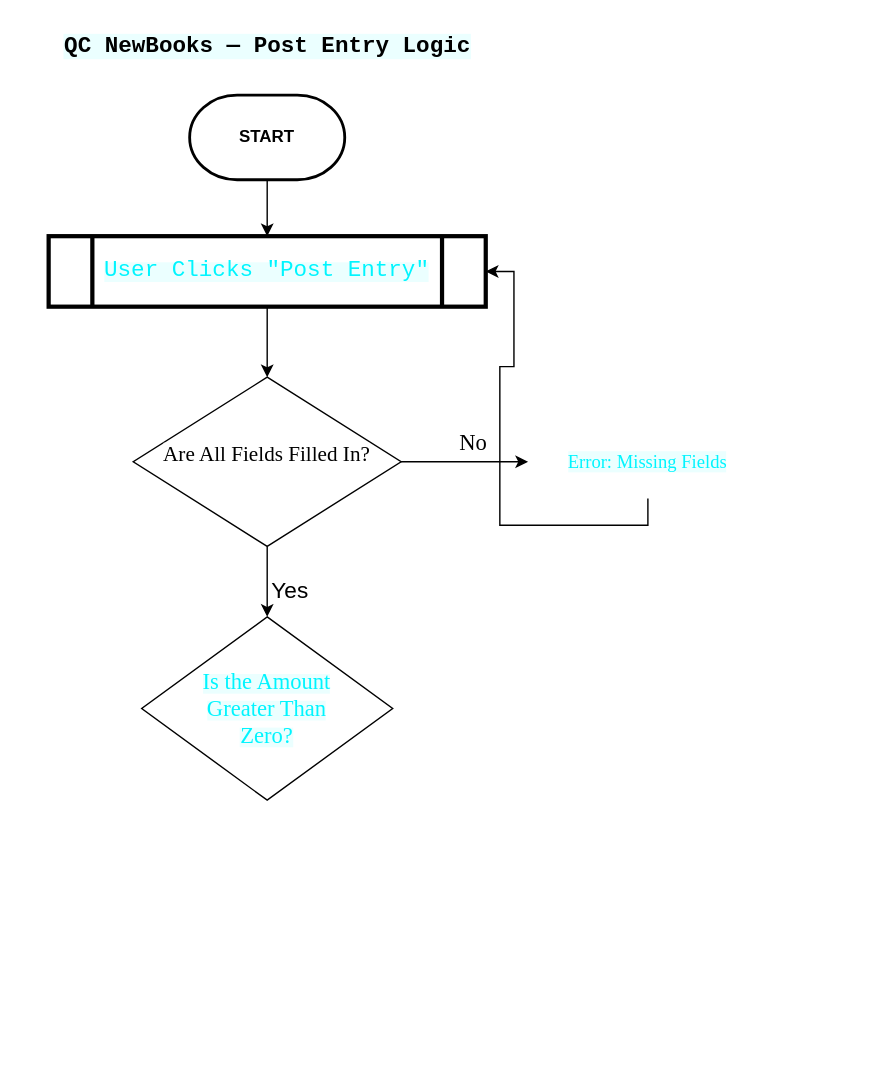
This is QC_NewBooks_Diagrams.drawio from Alishah-Khurshid/diagram-qc-new-books, a draw.io file, before an edit. Source tidied: cells renumbered, new cells numbered last; positions are measured from the earlier drawing's top-left corner, leaving out a move shared by most shapes. Both pictures are drawn from the tidied source at 141%, with x=0, y=0 at pixel (24, 24).
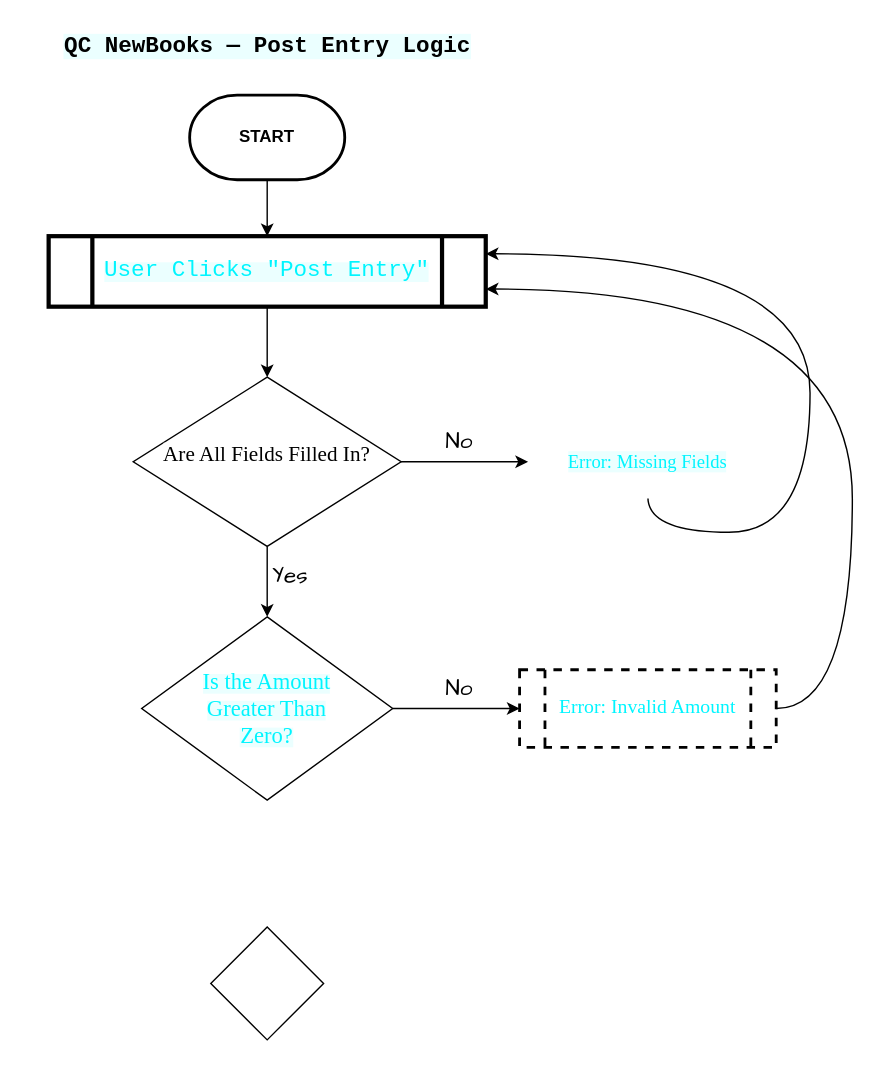
Above is the later version.

Unchanged cells that the change refers to:
```xml
<mxCell id="6" value="&lt;span style=&quot;color: rgb(0, 245, 255); font-family: &amp;quot;Share Tech Mono&amp;quot;, monospace; text-align: start; background-color: light-dark(rgba(0, 245, 255, 0.08), rgb(255, 230, 204));&quot;&gt;&lt;font style=&quot;font-size: 16px;&quot;&gt;User Clicks &quot;Post Entry&quot;&lt;/font&gt;&lt;/span&gt;" style="shape=process;whiteSpace=wrap;html=1;backgroundOutline=1;fontColor=light-dark(#000000,#99FFFF);strokeColor=light-dark(#000000,#666666);fillColor=light-dark(#FFFFFF,#99FFFF);strokeWidth=3;" parent="1" vertex="1">
  <mxGeometry x="17" y="150" width="310" height="50" as="geometry" />
</mxCell>
<mxCell id="7" style="edgeStyle=orthogonalEdgeStyle;rounded=0;jettySize=auto;html=1;exitX=1;exitY=0.5;exitDx=0;exitDy=0;entryX=0;entryY=0.5;entryDx=0;entryDy=0;" parent="1" edge="1" source="11" target="13">
  <mxGeometry relative="1" as="geometry" />
</mxCell>
<mxCell id="9" style="edgeStyle=orthogonalEdgeStyle;rounded=0;jettySize=auto;html=1;exitX=0.5;exitY=1;exitDx=0;exitDy=0;entryX=0.5;entryY=0;entryDx=0;entryDy=0;" parent="1" edge="1" source="11" target="15">
  <mxGeometry relative="1" as="geometry" />
</mxCell>
<mxCell id="13" value="&lt;p&gt;&lt;span style=&quot;color: rgb(0, 245, 255); font-size: 13.192px; text-align: start; background-color: rgba(0, 245, 255, 0.08);&quot;&gt;&lt;font face=&quot;Times New Roman&quot;&gt;Error: Missing Fields&lt;/font&gt;&lt;/span&gt;&lt;/p&gt;" style="shape=process;whiteSpace=wrap;html=1;backgroundOutline=1;fillColor=light-dark(#FFFFFF,#FFFF99);strokeColor=light-dark(#FFFFFF,#FF99CC);dashed=1;strokeWidth=2;perimeterSpacing=0;" parent="1" vertex="1">
  <mxGeometry x="357" y="285" width="170" height="50" as="geometry" />
</mxCell>
<mxCell id="15" value="&lt;blockquote&gt;&lt;span style=&quot;color: rgb(0, 245, 255); text-align: start; background-color: light-dark(rgba(0, 245, 255, 0.08), rgb(153, 153, 255));&quot;&gt;&lt;font face=&quot;Times New Roman&quot; style=&quot;font-size: 16px;&quot;&gt;Is the Amount Greater Than Zero?&lt;/font&gt;&lt;/span&gt;&lt;/blockquote&gt;" style="rhombus;whiteSpace=wrap;html=1;fillColor=light-dark(#FFFFFF,#99FFCC);strokeColor=light-dark(#000000,#D5E8D4);" parent="1" vertex="1">
  <mxGeometry x="83" y="420" width="178" height="130" as="geometry" />
</mxCell>
```

The edit, as a diff of the source:
```diff
@@
-    <mxCell id="8" value="&lt;font style=&quot;color: light-dark(rgb(0, 0, 0), rgb(255, 255, 255)); background-color: light-dark(rgb(255, 255, 255), rgb(255, 153, 204));&quot;&gt;No&lt;/font&gt;" style="edgeLabel;html=1;align=center;verticalAlign=middle;fontSize=16;fontFamily=Times New Roman;" parent="7" vertex="1">
+    <mxCell id="8" value="&lt;font style=&quot;color: light-dark(rgb(0, 0, 0), rgb(255, 255, 255)); background-color: light-dark(rgb(255, 255, 255), rgb(255, 153, 204));&quot;&gt;No&lt;/font&gt;" style="edgeLabel;html=1;align=center;verticalAlign=middle;fontSize=16;fontFamily=Comic Sans MS;" parent="7" vertex="1">
       <mxGeometry x="0.36" y="-1" relative="1" as="geometry">
-        <mxPoint x="-11" y="-16" as="offset" />
+        <mxPoint x="-21" y="-16" as="offset" />
       </mxGeometry>
     </mxCell>
@@
-    <mxCell id="10" value="&lt;font style=&quot;color: light-dark(rgb(0, 0, 0), rgb(255, 255, 255)); background-color: light-dark(rgb(255, 255, 255), rgb(255, 153, 204)); font-size: 16px;&quot;&gt;Yes&lt;/font&gt;" style="edgeLabel;html=1;align=center;verticalAlign=middle;" parent="9" vertex="1">
+    <mxCell id="10" value="&lt;font style=&quot;color: light-dark(rgb(0, 0, 0), rgb(255, 255, 255)); background-color: light-dark(rgb(255, 255, 255), rgb(255, 153, 204)); font-size: 16px;&quot;&gt;Yes&lt;/font&gt;" style="edgeLabel;html=1;align=center;verticalAlign=middle;fontFamily=Comic Sans MS;" parent="9" vertex="1">
       <mxGeometry x="0.08" y="1" relative="1" as="geometry">
-        <mxPoint x="14" y="3" as="offset" />
+        <mxPoint x="14" y="-7" as="offset" />
       </mxGeometry>
     </mxCell>
@@
-    <mxCell id="12" style="edgeStyle=orthogonalEdgeStyle;rounded=0;jettySize=auto;html=1;exitX=0.5;exitY=1;exitDx=0;exitDy=0;entryX=1;entryY=0.5;entryDx=0;entryDy=0;" parent="1" edge="1" source="13" target="6">
-      <mxGeometry relative="1" as="geometry" />
+    <mxCell id="12" style="edgeStyle=orthogonalEdgeStyle;rounded=0;jettySize=auto;html=1;exitX=0.5;exitY=1;exitDx=0;exitDy=0;entryX=1;entryY=0.25;entryDx=0;entryDy=0;curved=1;" parent="1" edge="1" source="13" target="6">
+      <mxGeometry relative="1" as="geometry">
+        <Array as="points">
+          <mxPoint x="442" y="360" />
+          <mxPoint x="557" y="360" />
+          <mxPoint x="557" y="163" />
+        </Array>
+      </mxGeometry>
     </mxCell>
@@
+    <mxCell id="16" style="edgeStyle=orthogonalEdgeStyle;rounded=0;jettySize=auto;html=1;exitX=1;exitY=0.5;exitDx=0;exitDy=0;entryX=0;entryY=0.5;entryDx=0;entryDy=0;" parent="1" edge="1" source="15" target="19">
+      <mxGeometry relative="1" as="geometry" />
+    </mxCell>
+    <mxCell id="17" value="&lt;font face=&quot;Comic Sans MS&quot; style=&quot;color: light-dark(rgb(0, 0, 0), rgb(153, 153, 255)); background-color: light-dark(rgb(255, 255, 255), rgb(153, 255, 255));&quot;&gt;No&lt;/font&gt;" style="edgeLabel;html=1;align=center;verticalAlign=middle;fontSize=16;" parent="16" vertex="1">
+      <mxGeometry x="0.16" y="1" relative="1" as="geometry">
+        <mxPoint x="-6" y="-14" as="offset" />
+      </mxGeometry>
+    </mxCell>
@@
+    <mxCell id="18" style="edgeStyle=orthogonalEdgeStyle;rounded=0;jettySize=auto;html=1;entryX=1;entryY=0.75;entryDx=0;entryDy=0;curved=1;" parent="1" edge="1" source="19" target="6">
+      <mxGeometry relative="1" as="geometry">
+        <Array as="points">
+          <mxPoint x="587" y="485" />
+          <mxPoint x="587" y="188" />
+        </Array>
+      </mxGeometry>
+    </mxCell>
+    <mxCell id="19" value="&lt;span style=&quot;text-align: start; background-color: light-dark(rgb(255, 255, 255), rgb(255, 204, 255));&quot;&gt;&lt;font face=&quot;Times New Roman&quot; style=&quot;font-size: 14px; color: light-dark(rgb(0, 245, 255), rgb(255, 0, 255));&quot;&gt;Error: Invalid Amount&lt;/font&gt;&lt;/span&gt;" style="shape=process;whiteSpace=wrap;html=1;backgroundOutline=1;fillColor=light-dark(#FFFFFF,#99FF99);dashed=1;strokeWidth=2;strokeColor=light-dark(#000000,#9933FF);" parent="1" vertex="1">
+      <mxGeometry x="351" y="457.5" width="182" height="55" as="geometry" />
+    </mxCell>
+    <mxCell id="20" style="rhombus;whiteSpace=wrap;html=1;" parent="1" vertex="1">
+      <mxGeometry x="132" y="640" width="80" height="80" as="geometry" />
+    </mxCell>
```
